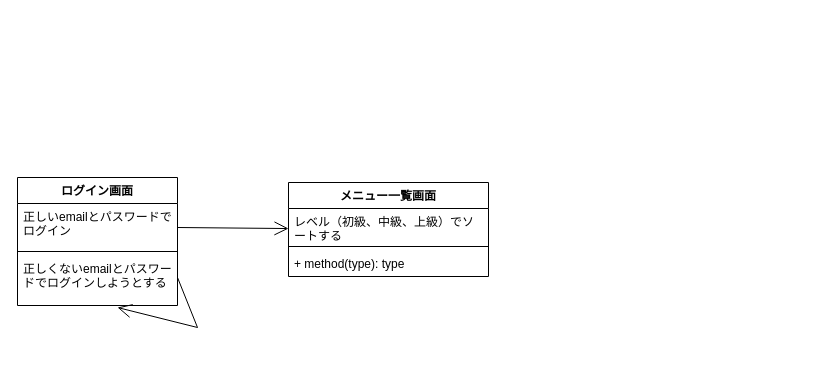
Earlier version of the draw.io diagram 画面遷移図.drawio (yu-tas/achieve). Source tidied: cells renumbered, new cells numbered last; positions are measured from the earlier drawing's top-left corner, leaving out a move shared by most shapes. Both pictures are drawn from the tidied source at 100%, with x=0, y=0 at pixel (17, 177).
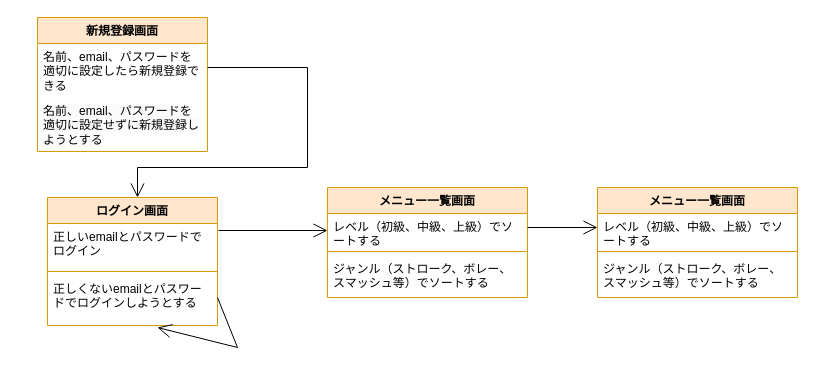
After the change.

Commit message:
画面遷移図.drawio を更新します

The change refers to these unchanged cells:
```xml
<mxCell id="9" value="レベル（初級、中級、上級）でソートする" style="text;strokeColor=none;fillColor=none;align=left;verticalAlign=top;spacingLeft=4;spacingRight=4;overflow=hidden;points=[[0,0.5],[1,0.5]];portConstraint=eastwest;whiteSpace=wrap;html=1;" parent="8" vertex="1">
  <mxGeometry y="26" width="200" height="34" as="geometry" />
</mxCell>
```

Diff of the diagram source:
```diff
@@
+    <mxCell id="12" style="group;" parent="1" vertex="1">
+      <mxGeometry x="20" y="-160" width="760" height="330" as="geometry" />
+    </mxCell>
+    <mxCell id="13" style="group;" parent="12" vertex="1">
+      <mxGeometry width="554" height="330" as="geometry" />
+    </mxCell>
+    <mxCell id="14" style="group;" parent="13" vertex="1">
+      <mxGeometry width="554" height="330" as="geometry" />
+    </mxCell>
+    <mxCell id="15" value="新規登録画面" style="swimlane;fontStyle=1;align=center;verticalAlign=top;horizontal=1;startSize=26;whiteSpace=wrap;html=1;fillColor=#ffe6cc;strokeColor=#d79b00;" parent="14" vertex="1">
+      <mxGeometry width="170" height="134" as="geometry" />
+    </mxCell>
+    <mxCell id="16" value="名前、email、パスワードを適切に設定したら新規登録できる" style="text;strokeColor=none;fillColor=none;align=left;verticalAlign=top;spacingLeft=4;spacingRight=4;overflow=hidden;whiteSpace=wrap;html=1;" parent="15" vertex="1">
+      <mxGeometry y="26" width="170" height="54" as="geometry" />
+    </mxCell>
+    <mxCell id="17" value="&lt;span style=&quot;color: rgb(0, 0, 0); font-family: Helvetica; font-size: 12px; font-style: normal; font-variant-ligatures: normal; font-variant-caps: normal; font-weight: 400; letter-spacing: normal; orphans: 2; text-align: left; text-indent: 0px; text-transform: none; widows: 2; word-spacing: 0px; -webkit-text-stroke-width: 0px; background-color: rgb(251, 251, 251); text-decoration-thickness: initial; text-decoration-style: initial; text-decoration-color: initial; float: none; display: inline !important;&quot;&gt;名前、email、パスワードを適切に設定せずに新規登録しようとする&lt;/span&gt;" style="text;strokeColor=none;fillColor=none;align=left;verticalAlign=top;spacingLeft=4;spacingRight=4;overflow=hidden;whiteSpace=wrap;html=1;" parent="15" vertex="1">
+      <mxGeometry y="80" width="170" height="54" as="geometry" />
+    </mxCell>
+    <mxCell id="18" style="group;" parent="14" vertex="1">
+      <mxGeometry y="50" width="554" height="280" as="geometry" />
+    </mxCell>
+    <mxCell id="19" style="group;" parent="18" vertex="1">
+      <mxGeometry y="120" width="554" height="160" as="geometry" />
+    </mxCell>
+    <mxCell id="20" style="group;" parent="19" vertex="1">
+      <mxGeometry x="10" y="10" width="180" height="150" as="geometry" />
+    </mxCell>
-    <mxCell id="2" value="ログイン画面" style="swimlane;fontStyle=1;align=center;verticalAlign=top;horizontal=1;startSize=26;whiteSpace=wrap;html=1;" parent="1" vertex="1">
-      <mxGeometry width="160" height="128" as="geometry" />
+    <mxCell id="2" value="ログイン画面" style="swimlane;fontStyle=1;align=center;verticalAlign=top;horizontal=1;startSize=26;whiteSpace=wrap;html=1;fillColor=#ffe6cc;strokeColor=#d79b00;" parent="20" vertex="1">
+      <mxGeometry width="170" height="128" as="geometry" />
     </mxCell>
     <mxCell id="3" value="正しいemailとパスワードでログイン" style="text;strokeColor=none;fillColor=none;align=left;verticalAlign=top;spacingLeft=4;spacingRight=4;overflow=hidden;points=[[0,0.5],[1,0.5]];portConstraint=eastwest;whiteSpace=wrap;html=1;" parent="2" vertex="1">
-      <mxGeometry y="26" width="160" height="44" as="geometry" />
+      <mxGeometry y="26" width="170" height="44" as="geometry" />
     </mxCell>
     <mxCell id="4" style="line;strokeWidth=1;fillColor=none;align=left;verticalAlign=middle;spacingTop=-1;spacingLeft=3;spacingRight=3;labelPosition=right;strokeColor=inherit;" parent="2" vertex="1">
-      <mxGeometry y="70" width="160" height="8" as="geometry" />
+      <mxGeometry y="70" width="170" height="8" as="geometry" />
     </mxCell>
     <mxCell id="5" value="正しくないemailとパスワードでログインしようとする" style="text;strokeColor=none;fillColor=none;align=left;verticalAlign=top;spacingLeft=4;spacingRight=4;overflow=hidden;whiteSpace=wrap;html=1;" parent="2" vertex="1">
-      <mxGeometry y="78" width="160" height="50" as="geometry" />
+      <mxGeometry y="78" width="170" height="50" as="geometry" />
     </mxCell>
-    <mxCell id="6" style="endArrow=open;endFill=1;endSize=12;html=1;rounded=0;" parent="1" edge="1">
+    <mxCell id="6" style="endArrow=open;endFill=1;endSize=12;html=1;rounded=0;" parent="20" edge="1">
       <mxGeometry relative="1" as="geometry">
-        <mxPoint x="160" y="100" as="sourcePoint" />
-        <mxPoint x="100" y="130" as="targetPoint" />
+        <mxPoint x="170" y="100" as="sourcePoint" />
+        <mxPoint x="110" y="130" as="targetPoint" />
         <Array as="points">
-          <mxPoint x="180" y="150" />
+          <mxPoint x="190" y="150" />
         </Array>
       </mxGeometry>
     </mxCell>
-    <mxCell id="7" style="endArrow=open;endFill=1;endSize=12;html=1;rounded=0;" parent="1" edge="1" target="8">
-      <mxGeometry relative="1" as="geometry">
-        <mxPoint x="160" y="50" as="sourcePoint" />
-      </mxGeometry>
-    </mxCell>
+    <mxCell id="21" style="endArrow=open;endFill=1;endSize=12;html=1;rounded=0;" parent="18" edge="1">
+      <mxGeometry relative="1" as="geometry">
+        <mxPoint x="170" as="sourcePoint" />
+        <mxPoint x="100" y="130" as="targetPoint" />
+        <Array as="points">
+          <mxPoint x="270" />
+          <mxPoint x="270" y="100" />
+          <mxPoint x="100" y="100" />
+        </Array>
+      </mxGeometry>
+    </mxCell>
-    <mxCell id="8" value="メニュー一覧画面" style="swimlane;fontStyle=1;align=center;verticalAlign=top;horizontal=1;startSize=26;whiteSpace=wrap;html=1;" parent="1" vertex="1">
-      <mxGeometry x="271" y="5" width="200" height="94" as="geometry" />
+    <mxCell id="8" value="メニュー一覧画面" style="swimlane;fontStyle=1;align=center;verticalAlign=top;horizontal=1;startSize=26;whiteSpace=wrap;html=1;fillColor=#ffe6cc;strokeColor=#d79b00;" parent="18" vertex="1">
+      <mxGeometry x="290" y="120" width="200" height="110" as="geometry" />
     </mxCell>
@@
-    <mxCell id="11" value="+ method(type): type" style="text;strokeColor=none;fillColor=none;align=left;verticalAlign=top;spacingLeft=4;spacingRight=4;overflow=hidden;whiteSpace=wrap;html=1;" parent="8" vertex="1">
-      <mxGeometry y="68" width="200" height="26" as="geometry" />
+    <mxCell id="11" value="ジャンル（ストローク、ボレー、スマッシュ等）でソートする" style="text;strokeColor=none;fillColor=none;align=left;verticalAlign=top;spacingLeft=4;spacingRight=4;overflow=hidden;whiteSpace=wrap;html=1;" parent="8" vertex="1">
+      <mxGeometry y="68" width="200" height="42" as="geometry" />
     </mxCell>
+    <mxCell id="7" style="endArrow=open;endFill=1;endSize=12;html=1;rounded=0;exitX=1.006;exitY=0.159;exitDx=0;exitDy=0;exitPerimeter=0;entryX=0;entryY=0.5;entryDx=0;entryDy=0;" parent="18" edge="1" source="3" target="9">
+      <mxGeometry relative="1" as="geometry" />
+    </mxCell>
+    <mxCell id="22" style="endArrow=open;endFill=1;endSize=12;html=1;rounded=0;" parent="12" edge="1">
+      <mxGeometry relative="1" as="geometry">
+        <mxPoint x="490" y="210" as="sourcePoint" />
+        <mxPoint x="560" y="210" as="targetPoint" />
+      </mxGeometry>
+    </mxCell>
+    <mxCell id="23" value="メニュー一覧画面" style="swimlane;fontStyle=1;align=center;verticalAlign=top;horizontal=1;startSize=26;whiteSpace=wrap;html=1;fillColor=#ffe6cc;strokeColor=#d79b00;" parent="12" vertex="1">
+      <mxGeometry x="560" y="170" width="200" height="110" as="geometry" />
+    </mxCell>
+    <mxCell id="24" value="レベル（初級、中級、上級）でソートする" style="text;strokeColor=none;fillColor=none;align=left;verticalAlign=top;spacingLeft=4;spacingRight=4;overflow=hidden;whiteSpace=wrap;html=1;" parent="23" vertex="1">
+      <mxGeometry y="26" width="200" height="34" as="geometry" />
+    </mxCell>
+    <mxCell id="25" style="line;strokeWidth=1;fillColor=none;align=left;verticalAlign=middle;spacingTop=-1;spacingLeft=3;spacingRight=3;labelPosition=right;strokeColor=inherit;" parent="23" vertex="1">
+      <mxGeometry y="60" width="200" height="8" as="geometry" />
+    </mxCell>
+    <mxCell id="26" value="ジャンル（ストローク、ボレー、スマッシュ等）でソートする" style="text;strokeColor=none;fillColor=none;align=left;verticalAlign=top;spacingLeft=4;spacingRight=4;overflow=hidden;whiteSpace=wrap;html=1;" parent="23" vertex="1">
+      <mxGeometry y="68" width="200" height="42" as="geometry" />
+    </mxCell>
```
